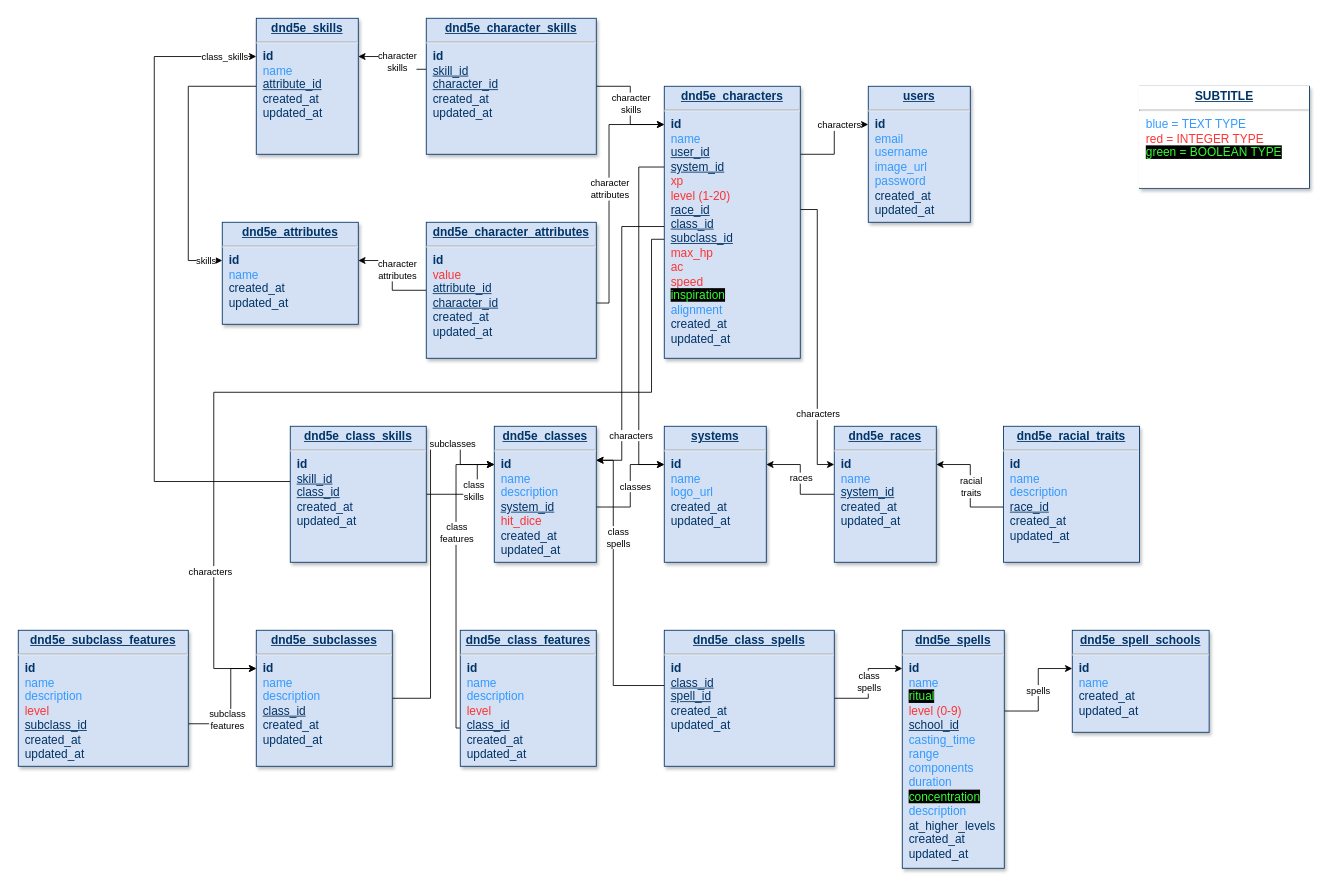
Before: roll_n_play-back-end/diagram.drawio in RodrigoYujiKogaKuroda/roll_n_play, a draw.io diagram. Source tidied: cells renumbered, new cells numbered last; positions are measured from the earlier drawing's top-left corner, leaving out a move shared by most shapes. Both pictures are drawn from the tidied source at 85%, with x=0, y=0 at pixel (18, 18).
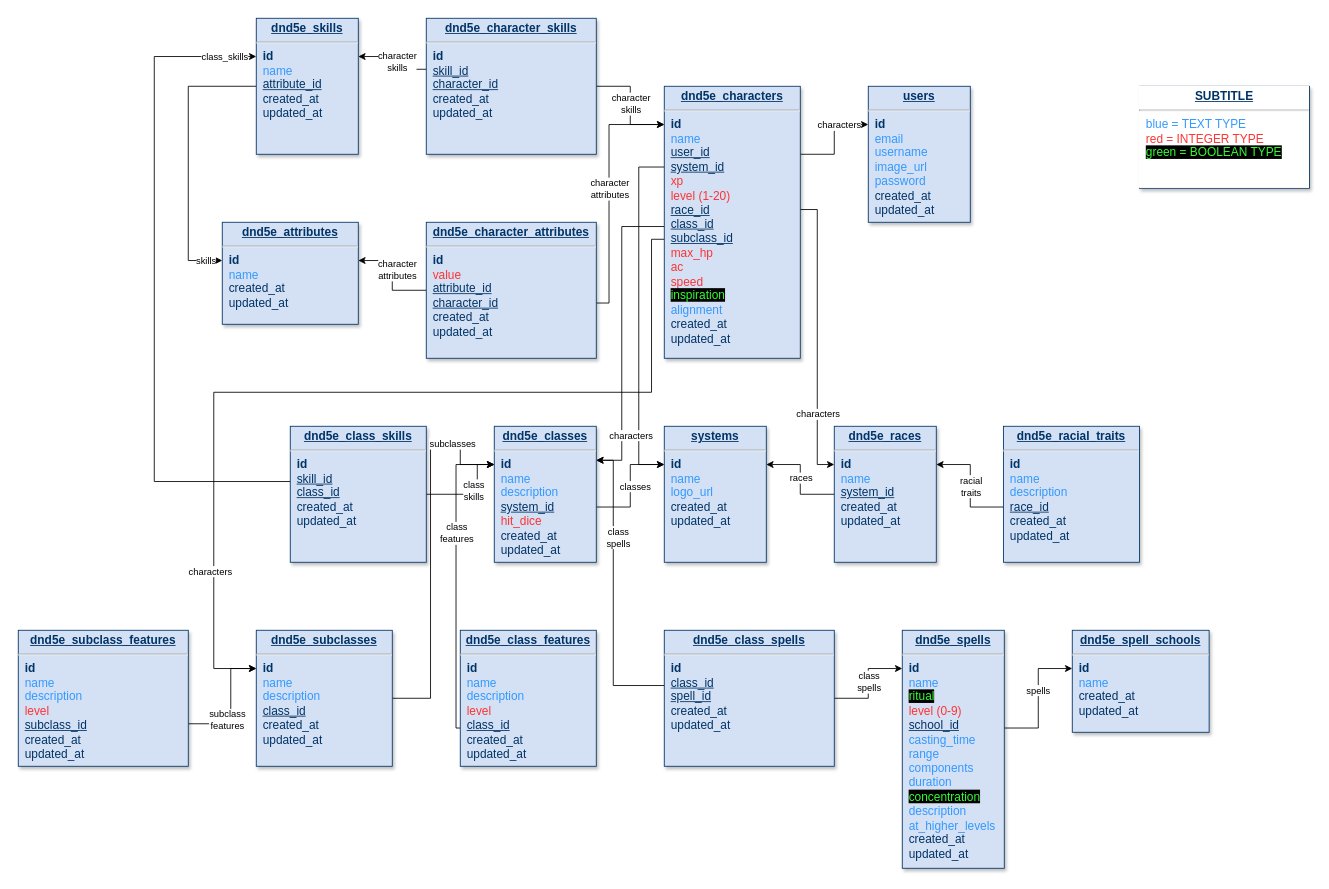
After the change.

The change refers to these unchanged cells:
```xml
<mxCell id="35" value="&lt;p style=&quot;margin: 4px 0px 0px; text-align: center; text-decoration: underline; font-size: 14px;&quot;&gt;&lt;strong style=&quot;&quot;&gt;&lt;font style=&quot;font-size: 14px;&quot;&gt;dnd5e_spell_schools&lt;/font&gt;&lt;/strong&gt;&lt;/p&gt;&lt;hr style=&quot;font-size: 14px;&quot;&gt;&lt;p style=&quot;margin: 0px 0px 0px 8px; font-size: 14px;&quot;&gt;&lt;b&gt;&lt;font style=&quot;font-size: 14px;&quot;&gt;id&lt;/font&gt;&lt;/b&gt;&lt;/p&gt;&lt;p style=&quot;margin: 0px 0px 0px 8px; font-size: 14px;&quot;&gt;&lt;font color=&quot;#3399ff&quot;&gt;name&lt;/font&gt;&lt;/p&gt;&lt;p style=&quot;margin: 0px 0px 0px 8px; font-size: 14px;&quot;&gt;&lt;span style=&quot;background-color: initial;&quot;&gt;created_at&lt;/span&gt;&lt;br&gt;&lt;/p&gt;&lt;p style=&quot;margin: 0px 0px 0px 8px; font-size: 14px;&quot;&gt;&lt;font style=&quot;font-size: 14px;&quot;&gt;updated_at&lt;/font&gt;&lt;br&gt;&lt;/p&gt;" style="verticalAlign=top;align=left;overflow=fill;fontSize=12;fontFamily=Helvetica;html=1;strokeColor=#003366;shadow=1;fillColor=#D4E1F5;fontColor=#003366;" parent="1" vertex="1">
  <mxGeometry x="1240" y="720" width="161" height="120" as="geometry" />
</mxCell>
```

The edit, as a diff of the source:
```diff
@@
     <mxCell id="33" style="edgeStyle=orthogonalEdgeStyle;rounded=0;jettySize=auto;html=1;" parent="1" edge="1" source="34" target="35">
       <mxGeometry relative="1" as="geometry">
         <Array as="points">
-          <mxPoint x="1200" y="815" />
+          <mxPoint x="1200" y="835" />
           <mxPoint x="1200" y="765" />
         </Array>
       </mxGeometry>
     </mxCell>
-    <mxCell id="34" value="&lt;p style=&quot;margin: 4px 0px 0px; text-align: center; text-decoration: underline; font-size: 14px;&quot;&gt;&lt;strong style=&quot;&quot;&gt;&lt;font style=&quot;font-size: 14px;&quot;&gt;dnd5e_spells&lt;/font&gt;&lt;/strong&gt;&lt;/p&gt;&lt;hr style=&quot;font-size: 14px;&quot;&gt;&lt;p style=&quot;margin: 0px 0px 0px 8px; font-size: 14px;&quot;&gt;&lt;b&gt;&lt;font style=&quot;font-size: 14px;&quot;&gt;id&lt;/font&gt;&lt;/b&gt;&lt;/p&gt;&lt;p style=&quot;margin: 0px 0px 0px 8px; font-size: 14px;&quot;&gt;&lt;font color=&quot;#3399ff&quot;&gt;name&lt;/font&gt;&lt;/p&gt;&lt;p style=&quot;margin: 0px 0px 0px 8px; font-size: 14px;&quot;&gt;&lt;font color=&quot;#33ff33&quot; style=&quot;background-color: rgb(0, 0, 0);&quot;&gt;ritual&lt;/font&gt;&lt;/p&gt;&lt;p style=&quot;margin: 0px 0px 0px 8px; font-size: 14px;&quot;&gt;&lt;font color=&quot;#ff3333&quot;&gt;level (0-9)&lt;/font&gt;&lt;/p&gt;&lt;p style=&quot;margin: 0px 0px 0px 8px; font-size: 14px;&quot;&gt;&lt;u&gt;school_id&lt;/u&gt;&lt;/p&gt;&lt;p style=&quot;margin: 0px 0px 0px 8px; font-size: 14px;&quot;&gt;&lt;font color=&quot;#3399ff&quot;&gt;casting_time&lt;/font&gt;&lt;/p&gt;&lt;p style=&quot;margin: 0px 0px 0px 8px; font-size: 14px;&quot;&gt;&lt;font color=&quot;#3399ff&quot;&gt;range&lt;/font&gt;&lt;/p&gt;&lt;p style=&quot;margin: 0px 0px 0px 8px; font-size: 14px;&quot;&gt;&lt;font color=&quot;#3399ff&quot;&gt;components&lt;/font&gt;&lt;/p&gt;&lt;p style=&quot;margin: 0px 0px 0px 8px; font-size: 14px;&quot;&gt;&lt;font color=&quot;#3399ff&quot;&gt;duration&lt;/font&gt;&lt;/p&gt;&lt;p style=&quot;margin: 0px 0px 0px 8px; font-size: 14px;&quot;&gt;&lt;font style=&quot;background-color: rgb(0, 0, 0);&quot; color=&quot;#33ff33&quot;&gt;concentration&lt;/font&gt;&lt;/p&gt;&lt;p style=&quot;margin: 0px 0px 0px 8px; font-size: 14px;&quot;&gt;&lt;font color=&quot;#3399ff&quot;&gt;description&lt;/font&gt;&lt;/p&gt;&lt;p style=&quot;margin: 0px 0px 0px 8px; font-size: 14px;&quot;&gt;at_higher_levels&lt;/p&gt;&lt;p style=&quot;margin: 0px 0px 0px 8px; font-size: 14px;&quot;&gt;&lt;span style=&quot;background-color: initial;&quot;&gt;created_at&lt;/span&gt;&lt;br&gt;&lt;/p&gt;&lt;p style=&quot;margin: 0px 0px 0px 8px; font-size: 14px;&quot;&gt;&lt;font style=&quot;font-size: 14px;&quot;&gt;updated_at&lt;/font&gt;&lt;br&gt;&lt;/p&gt;" style="verticalAlign=top;align=left;overflow=fill;fontSize=12;fontFamily=Helvetica;html=1;strokeColor=#003366;shadow=1;fillColor=#D4E1F5;fontColor=#003366;" parent="1" vertex="1">
+    <mxCell id="34" value="&lt;p style=&quot;margin: 4px 0px 0px; text-align: center; text-decoration: underline; font-size: 14px;&quot;&gt;&lt;strong style=&quot;&quot;&gt;&lt;font style=&quot;font-size: 14px;&quot;&gt;dnd5e_spells&lt;/font&gt;&lt;/strong&gt;&lt;/p&gt;&lt;hr style=&quot;font-size: 14px;&quot;&gt;&lt;p style=&quot;margin: 0px 0px 0px 8px; font-size: 14px;&quot;&gt;&lt;b&gt;&lt;font style=&quot;font-size: 14px;&quot;&gt;id&lt;/font&gt;&lt;/b&gt;&lt;/p&gt;&lt;p style=&quot;margin: 0px 0px 0px 8px; font-size: 14px;&quot;&gt;&lt;font color=&quot;#3399ff&quot;&gt;name&lt;/font&gt;&lt;/p&gt;&lt;p style=&quot;margin: 0px 0px 0px 8px; font-size: 14px;&quot;&gt;&lt;font color=&quot;#33ff33&quot; style=&quot;background-color: rgb(0, 0, 0);&quot;&gt;ritual&lt;/font&gt;&lt;/p&gt;&lt;p style=&quot;margin: 0px 0px 0px 8px; font-size: 14px;&quot;&gt;&lt;font color=&quot;#ff3333&quot;&gt;level (0-9)&lt;/font&gt;&lt;/p&gt;&lt;p style=&quot;margin: 0px 0px 0px 8px; font-size: 14px;&quot;&gt;&lt;u&gt;school_id&lt;/u&gt;&lt;/p&gt;&lt;p style=&quot;margin: 0px 0px 0px 8px; font-size: 14px;&quot;&gt;&lt;font color=&quot;#3399ff&quot;&gt;casting_time&lt;/font&gt;&lt;/p&gt;&lt;p style=&quot;margin: 0px 0px 0px 8px; font-size: 14px;&quot;&gt;&lt;font color=&quot;#3399ff&quot;&gt;range&lt;/font&gt;&lt;/p&gt;&lt;p style=&quot;margin: 0px 0px 0px 8px; font-size: 14px;&quot;&gt;&lt;font color=&quot;#3399ff&quot;&gt;components&lt;/font&gt;&lt;/p&gt;&lt;p style=&quot;margin: 0px 0px 0px 8px; font-size: 14px;&quot;&gt;&lt;font color=&quot;#3399ff&quot;&gt;duration&lt;/font&gt;&lt;/p&gt;&lt;p style=&quot;margin: 0px 0px 0px 8px; font-size: 14px;&quot;&gt;&lt;font style=&quot;background-color: rgb(0, 0, 0);&quot; color=&quot;#33ff33&quot;&gt;concentration&lt;/font&gt;&lt;/p&gt;&lt;p style=&quot;margin: 0px 0px 0px 8px; font-size: 14px;&quot;&gt;&lt;font color=&quot;#3399ff&quot;&gt;description&lt;/font&gt;&lt;/p&gt;&lt;p style=&quot;margin: 0px 0px 0px 8px; font-size: 14px;&quot;&gt;&lt;font color=&quot;#3399ff&quot;&gt;at_higher_levels&lt;/font&gt;&lt;/p&gt;&lt;p style=&quot;margin: 0px 0px 0px 8px; font-size: 14px;&quot;&gt;&lt;span style=&quot;background-color: initial;&quot;&gt;created_at&lt;/span&gt;&lt;br&gt;&lt;/p&gt;&lt;p style=&quot;margin: 0px 0px 0px 8px; font-size: 14px;&quot;&gt;&lt;font style=&quot;font-size: 14px;&quot;&gt;updated_at&lt;/font&gt;&lt;br&gt;&lt;/p&gt;" style="verticalAlign=top;align=left;overflow=fill;fontSize=12;fontFamily=Helvetica;html=1;strokeColor=#003366;shadow=1;fillColor=#D4E1F5;fontColor=#003366;" parent="1" vertex="1">
       <mxGeometry x="1040" y="720" width="120" height="280" as="geometry" />
     </mxCell>
```
